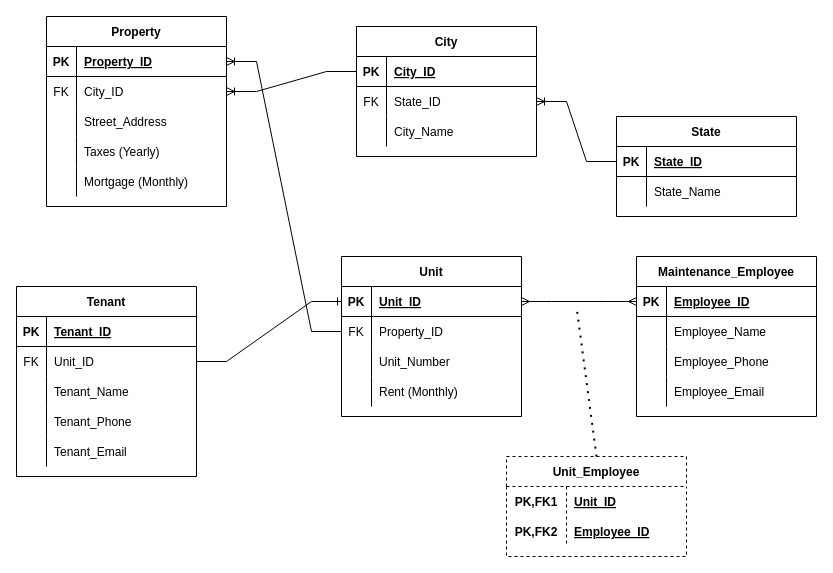
The draw.io diagram src/main/resources/Entity_Relationship.drawio in JaredBears/Property-Manager-MenuApp, before the edit. Source tidied: cells renumbered, new cells numbered last; positions are measured from the earlier drawing's top-left corner, leaving out a move shared by most shapes. Both pictures are drawn from the tidied source at 100%, with x=0, y=0 at pixel (16, 16).
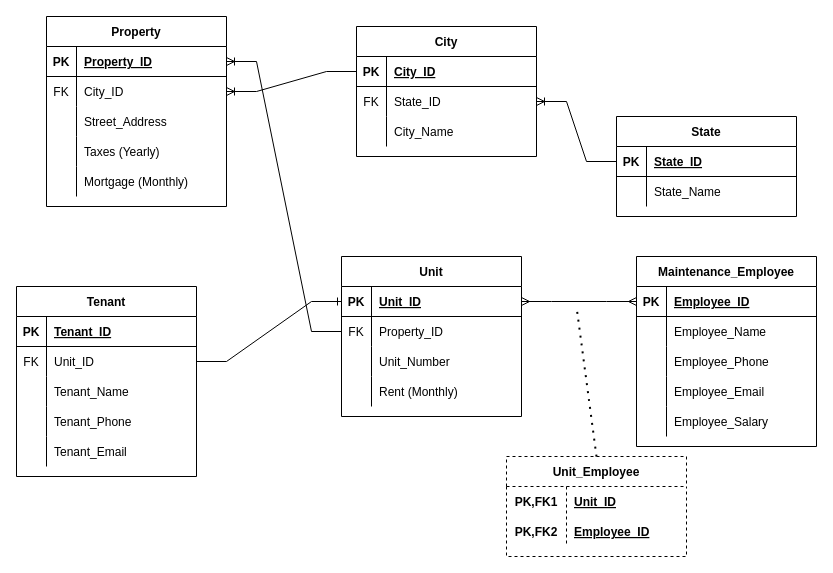
Above is the later version.

Diff of the diagram source:
```diff
@@
     <mxCell id="51" value="Maintenance_Employee" style="shape=table;startSize=30;childLayout=tableLayout;rowLines=0;fontStyle=1;align=center;" parent="1" vertex="1">
-      <mxGeometry x="620" y="240" width="180" height="160" as="geometry" />
+      <mxGeometry x="620" y="240" width="180" height="190" as="geometry" />
     </mxCell>
@@
+    <mxCell id="90" style="shape=tableRow;horizontal=0;startSize=0;swimlaneHead=0;swimlaneBody=0;fillColor=none;top=0;left=0;right=0;bottom=0;" parent="51" vertex="1">
+      <mxGeometry y="150" width="180" height="30" as="geometry" />
+    </mxCell>
+    <mxCell id="91" style="shape=partialRectangle;fillColor=none;top=0;left=0;bottom=0;right=0;overflow=hidden;" parent="90" vertex="1">
+      <mxGeometry width="30" height="30" as="geometry" />
+    </mxCell>
+    <mxCell id="92" value="Employee_Salary" style="shape=partialRectangle;fillColor=none;top=0;left=0;bottom=0;right=0;align=left;spacingLeft=6;overflow=hidden;" parent="90" vertex="1">
+      <mxGeometry x="30" width="150" height="30" as="geometry" />
+    </mxCell>
```
